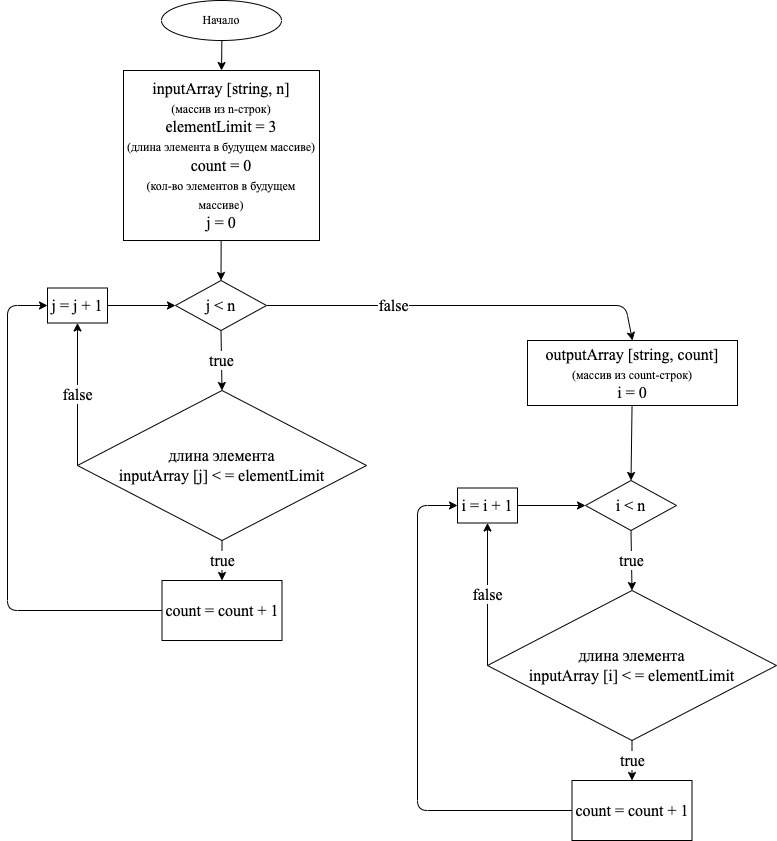
Before: bs.drawio.png, a diagram exported from draw.io (OlegLegezo/CsharpExam). Source tidied: cells renumbered, new cells last; positions are measured from the earlier drawing's top-left corner, leaving out a move shared by most shapes.
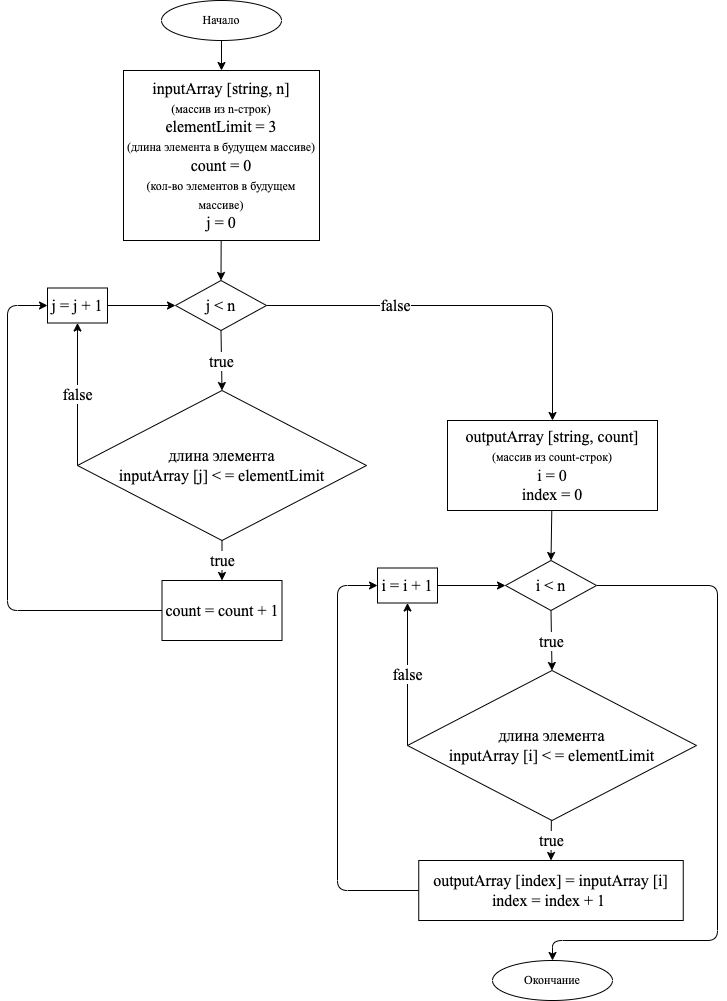
Later version of the same file.

Commit message:
алгоритм закончен

Change to the diagram source:
```diff
@@ -17,8 +17,8 @@
     <mxCell id="6" style="edgeStyle=none;html=1;entryX=0.5;entryY=0;entryDx=0;entryDy=0;fontFamily=Times New Roman;fontSize=16;" parent="1" edge="1" source="7" target="19">
       <mxGeometry relative="1" as="geometry" />
     </mxCell>
-    <mxCell id="7" value="&lt;font&gt;&lt;span style=&quot;font-size: 16px&quot;&gt;outputArray [string, count]&lt;/span&gt;&lt;br style=&quot;font-size: 16px&quot;&gt;&lt;span style=&quot;font-size: 12px&quot;&gt;(массив из count-строк)&lt;/span&gt;&lt;br&gt;&lt;font style=&quot;font-size: 16px&quot;&gt;i = 0&lt;/font&gt;&lt;br&gt;&lt;/font&gt;" style="rounded=0;whiteSpace=wrap;html=1;fontFamily=Times New Roman;fontSize=16;" parent="1" vertex="1">
-      <mxGeometry x="520" y="340" width="210" height="65" as="geometry" />
+    <mxCell id="7" value="&lt;font&gt;&lt;span style=&quot;font-size: 16px&quot;&gt;outputArray [string, count]&lt;/span&gt;&lt;br style=&quot;font-size: 16px&quot;&gt;&lt;span style=&quot;font-size: 12px&quot;&gt;(массив из count-строк)&lt;/span&gt;&lt;br&gt;&lt;font style=&quot;font-size: 16px&quot;&gt;i = 0&lt;br&gt;&lt;/font&gt;index = 0&lt;br&gt;&lt;/font&gt;" style="rounded=0;whiteSpace=wrap;html=1;fontFamily=Times New Roman;fontSize=16;" parent="1" vertex="1">
+      <mxGeometry x="440" y="420" width="210" height="90" as="geometry" />
     </mxCell>
     <mxCell id="8" value="true" style="edgeStyle=none;html=1;exitX=0.5;exitY=1;exitDx=0;exitDy=0;entryX=0.5;entryY=0;entryDx=0;entryDy=0;fontFamily=Times New Roman;fontSize=16;" parent="1" edge="1" source="10" target="13">
       <mxGeometry relative="1" as="geometry" />
@@ -26,7 +26,7 @@
     <mxCell id="9" value="false" style="edgeStyle=none;html=1;entryX=0.5;entryY=0;entryDx=0;entryDy=0;fontFamily=Times New Roman;fontSize=16;" parent="1" edge="1" source="10" target="7">
       <mxGeometry x="-0.35" relative="1" as="geometry">
         <Array as="points">
-          <mxPoint x="618" y="305" />
+          <mxPoint x="545" y="305" />
         </Array>
       </mxGeometry>
     </mxCell>
@@ -62,8 +62,17 @@
     <mxCell id="18" value="true" style="edgeStyle=none;html=1;exitX=0.5;exitY=1;exitDx=0;exitDy=0;entryX=0.5;entryY=0;entryDx=0;entryDy=0;fontFamily=Times New Roman;fontSize=16;" parent="1" edge="1" source="19" target="22">
       <mxGeometry relative="1" as="geometry" />
     </mxCell>
+    <mxCell id="27" style="edgeStyle=none;html=1;entryX=0.5;entryY=0;entryDx=0;entryDy=0;fontFamily=Times New Roman;fontSize=16;exitX=1;exitY=0.5;exitDx=0;exitDy=0;" parent="1" edge="1" source="19" target="28">
+      <mxGeometry relative="1" as="geometry">
+        <Array as="points">
+          <mxPoint x="710" y="585" />
+          <mxPoint x="710" y="940" />
+          <mxPoint x="545" y="940" />
+        </Array>
+      </mxGeometry>
+    </mxCell>
     <mxCell id="19" value="i &amp;lt; n" style="rhombus;whiteSpace=wrap;html=1;fontFamily=Times New Roman;fontSize=16;" parent="1" vertex="1">
-      <mxGeometry x="578" y="480" width="91" height="50" as="geometry" />
+      <mxGeometry x="498" y="560" width="91" height="50" as="geometry" />
     </mxCell>
     <mxCell id="20" value="false" style="edgeStyle=none;html=1;exitX=0;exitY=0.5;exitDx=0;exitDy=0;entryX=0.5;entryY=1;entryDx=0;entryDy=0;fontFamily=Times New Roman;fontSize=16;" parent="1" edge="1" source="22" target="24">
       <mxGeometry relative="1" as="geometry" />
@@ -72,24 +81,27 @@
       <mxGeometry relative="1" as="geometry" />
     </mxCell>
     <mxCell id="22" value="длина элемента&lt;br&gt;inputArray [i] &amp;lt; = elementLimit" style="rhombus;whiteSpace=wrap;html=1;fontFamily=Times New Roman;fontSize=16;" parent="1" vertex="1">
-      <mxGeometry x="480" y="590" width="289" height="150" as="geometry" />
+      <mxGeometry x="400" y="670" width="289" height="150" as="geometry" />
     </mxCell>
     <mxCell id="23" style="edgeStyle=none;html=1;entryX=0;entryY=0.5;entryDx=0;entryDy=0;fontFamily=Times New Roman;fontSize=16;" parent="1" edge="1" source="24" target="19">
       <mxGeometry relative="1" as="geometry" />
     </mxCell>
     <mxCell id="24" value="i = i + 1" style="rounded=0;whiteSpace=wrap;html=1;fontFamily=Times New Roman;fontSize=16;" parent="1" vertex="1">
-      <mxGeometry x="450" y="487.5" width="60" height="35" as="geometry" />
+      <mxGeometry x="370" y="567.5" width="60" height="35" as="geometry" />
     </mxCell>
     <mxCell id="25" style="edgeStyle=none;html=1;fontFamily=Times New Roman;fontSize=16;entryX=0;entryY=0.5;entryDx=0;entryDy=0;" parent="1" edge="1" source="26" target="24">
       <mxGeometry relative="1" as="geometry">
         <Array as="points">
-          <mxPoint x="410" y="810" />
-          <mxPoint x="410" y="505" />
+          <mxPoint x="330" y="890" />
+          <mxPoint x="330" y="585" />
         </Array>
       </mxGeometry>
     </mxCell>
-    <mxCell id="26" value="count = count + 1" style="rounded=0;whiteSpace=wrap;html=1;fontFamily=Times New Roman;fontSize=16;" parent="1" vertex="1">
-      <mxGeometry x="564.5" y="780" width="120" height="60" as="geometry" />
+    <mxCell id="26" value="outputArray [index] = inputArray [i]&lt;br&gt;index = index + 1&amp;nbsp;" style="rounded=0;whiteSpace=wrap;html=1;fontFamily=Times New Roman;fontSize=16;" parent="1" vertex="1">
+      <mxGeometry x="411.2" y="860" width="264.5" height="60" as="geometry" />
     </mxCell>
+    <mxCell id="28" value="&lt;font face=&quot;Times New Roman&quot;&gt;Окончание&lt;/font&gt;" style="ellipse;whiteSpace=wrap;html=1;" parent="1" vertex="1">
+      <mxGeometry x="485" y="960" width="120" height="40" as="geometry" />
+    </mxCell>
   </root>
 </mxGraphModel>
```
